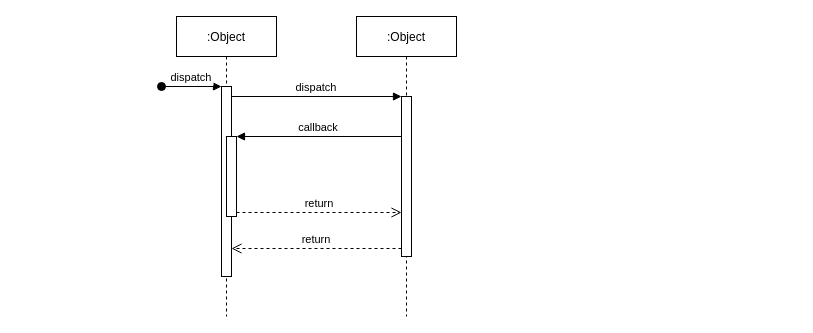
xrchisense/xrevent-client-unity keeps this draw.io diagram as Documentation/Diagrams/DrawIO/SeqDiag_LevelLoader.drawio. Above is the earlier version. Source tidied: cells renumbered, new cells numbered last; positions are measured from the earlier drawing's top-left corner, leaving out a move shared by most shapes. Both pictures are drawn from the tidied source at 100%, with x=0, y=0 at pixel (161, 16).
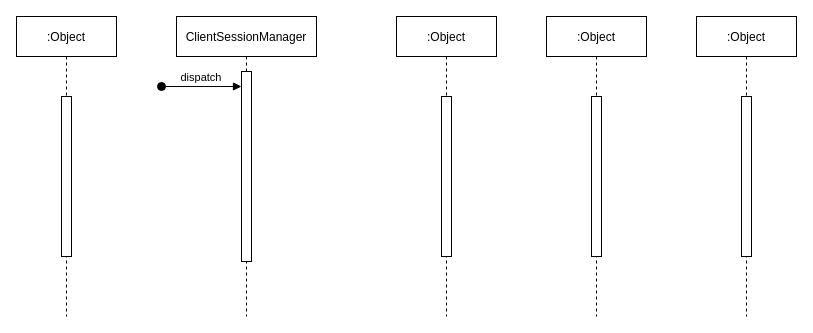
The same diagram, later.

Change to the diagram source:
```diff
@@
 <mxGraphModel>
   <root>
     <mxCell id="0" />
     <mxCell id="1" parent="0" />
-    <mxCell id="2" value=":Object" style="shape=umlLifeline;perimeter=lifelinePerimeter;rounded=0;shadow=0;strokeWidth=1;" parent="1" vertex="1">
-      <mxGeometry x="15" width="100" height="300" as="geometry" />
+    <mxCell id="2" value="ClientSessionManager" style="shape=umlLifeline;perimeter=lifelinePerimeter;rounded=0;shadow=0;strokeWidth=1;" parent="1" vertex="1">
+      <mxGeometry x="15" width="140" height="300" as="geometry" />
     </mxCell>
     <mxCell id="3" style="points=[];perimeter=orthogonalPerimeter;rounded=0;shadow=0;strokeWidth=1;" parent="2" vertex="1">
-      <mxGeometry x="45" y="70" width="10" height="190" as="geometry" />
+      <mxGeometry x="65" y="55" width="10" height="190" as="geometry" />
     </mxCell>
     <mxCell id="4" value="dispatch" style="verticalAlign=bottom;startArrow=oval;endArrow=block;startSize=8;shadow=0;strokeWidth=1;" parent="2" edge="1" target="3">
       <mxGeometry relative="1" as="geometry">
         <mxPoint x="-15" y="70" as="sourcePoint" />
       </mxGeometry>
     </mxCell>
-    <mxCell id="5" style="points=[];perimeter=orthogonalPerimeter;rounded=0;shadow=0;strokeWidth=1;" parent="2" vertex="1">
-      <mxGeometry x="50" y="120" width="10" height="80" as="geometry" />
-    </mxCell>
     <mxCell id="6" value=":Object" style="shape=umlLifeline;perimeter=lifelinePerimeter;rounded=0;shadow=0;strokeWidth=1;" parent="1" vertex="1">
-      <mxGeometry x="195" width="100" height="300" as="geometry" />
+      <mxGeometry x="-145" width="100" height="300" as="geometry" />
     </mxCell>
     <mxCell id="7" style="points=[];perimeter=orthogonalPerimeter;rounded=0;shadow=0;strokeWidth=1;" parent="6" vertex="1">
       <mxGeometry x="45" y="80" width="10" height="160" as="geometry" />
     </mxCell>
-    <mxCell id="8" value="return" style="verticalAlign=bottom;endArrow=open;dashed=1;endSize=8;exitX=0;exitY=0.95;shadow=0;strokeWidth=1;" parent="1" edge="1" source="7" target="3">
-      <mxGeometry relative="1" as="geometry" />
-    </mxCell>
-    <mxCell id="9" value="dispatch" style="verticalAlign=bottom;endArrow=block;entryX=0;entryY=0;shadow=0;strokeWidth=1;" parent="1" edge="1" source="3" target="7">
-      <mxGeometry relative="1" as="geometry" />
-    </mxCell>
-    <mxCell id="10" value="callback" style="verticalAlign=bottom;endArrow=block;entryX=1;entryY=0;shadow=0;strokeWidth=1;" parent="1" edge="1" source="7" target="5">
-      <mxGeometry relative="1" as="geometry" />
-    </mxCell>
-    <mxCell id="11" value="return" style="verticalAlign=bottom;endArrow=open;dashed=1;endSize=8;exitX=1;exitY=0.95;shadow=0;strokeWidth=1;" parent="1" edge="1" source="5" target="7">
-      <mxGeometry relative="1" as="geometry" />
-    </mxCell>
+    <mxCell id="12" value=":Object" style="shape=umlLifeline;perimeter=lifelinePerimeter;rounded=0;shadow=0;strokeWidth=1;" parent="1" vertex="1">
+      <mxGeometry x="235" width="100" height="300" as="geometry" />
+    </mxCell>
+    <mxCell id="13" style="perimeter=orthogonalPerimeter;rounded=0;shadow=0;strokeWidth=1;" parent="12" vertex="1">
+      <mxGeometry x="45" y="80" width="10" height="160" as="geometry" />
+    </mxCell>
+    <mxCell id="14" value=":Object" style="shape=umlLifeline;perimeter=lifelinePerimeter;rounded=0;shadow=0;strokeWidth=1;" parent="1" vertex="1">
+      <mxGeometry x="385" width="100" height="300" as="geometry" />
+    </mxCell>
+    <mxCell id="15" style="perimeter=orthogonalPerimeter;rounded=0;shadow=0;strokeWidth=1;" parent="14" vertex="1">
+      <mxGeometry x="45" y="80" width="10" height="160" as="geometry" />
+    </mxCell>
+    <mxCell id="16" value=":Object" style="shape=umlLifeline;perimeter=lifelinePerimeter;rounded=0;shadow=0;strokeWidth=1;" parent="1" vertex="1">
+      <mxGeometry x="535" width="100" height="300" as="geometry" />
+    </mxCell>
+    <mxCell id="17" style="perimeter=orthogonalPerimeter;rounded=0;shadow=0;strokeWidth=1;" parent="16" vertex="1">
+      <mxGeometry x="45" y="80" width="10" height="160" as="geometry" />
+    </mxCell>
   </root>
 </mxGraphModel>
```
